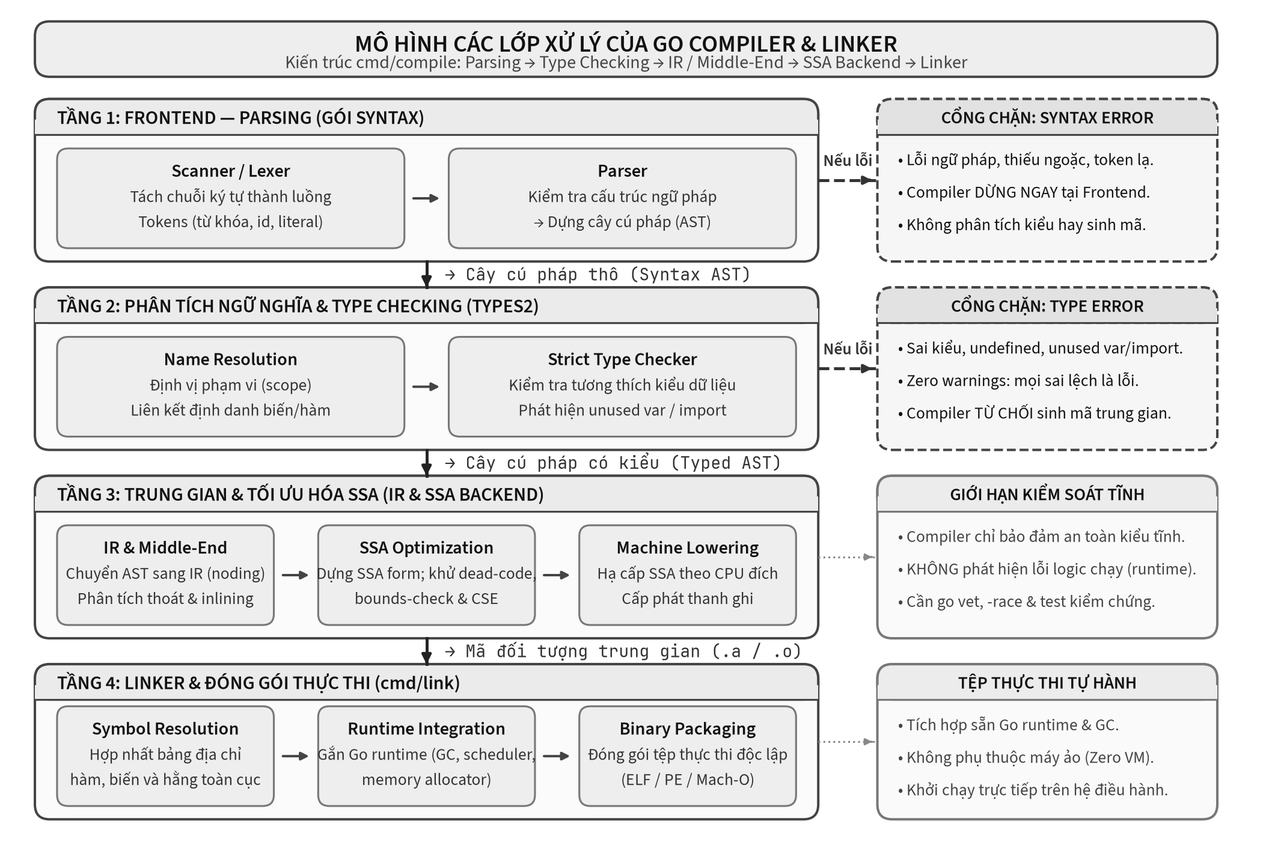
The PlantUML diagram assets/diagrams/compiler-doc-go.png in Minhlike/Golang, before a commit. Its source is kept beside it as assets/diagrams/compiler-doc-go.puml.
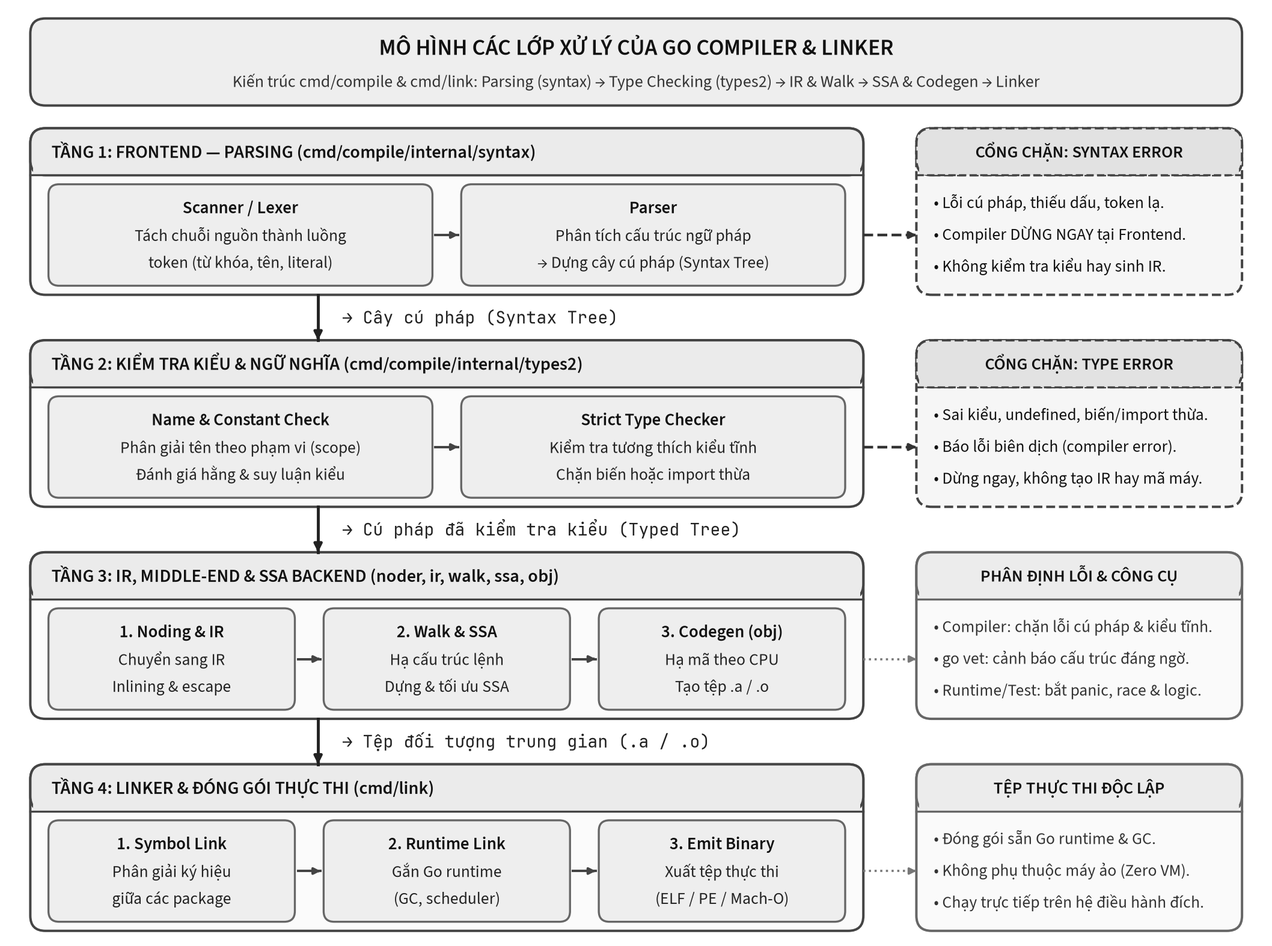
Above is the later version.

What changed in the source:
```diff
@@ -4,39 +4,24 @@
 skinparam defaultFontName "Source Sans 3"
 skinparam defaultFontSize 13
 skinparam defaultFontColor #000000
-
-skinparam rectangle {
-  BackgroundColor #F9F9F9
-  BorderColor #444444
-  FontColor #000000
-  RoundCorner 4
-}
-
-skinparam arrowColor #333333
-skinparam ArrowThickness 1.1
-
 title MÔ HÌNH CÁC LỚP XỬ LÝ CỦA GO COMPILER & LINKER
 
 top to bottom direction
 
-rectangle "TẦNG 1: FRONTEND (cmd/compile/internal/syntax)\n---\n• Scanner / Lexer: Tách luồng ký tự thành tokens\n• Parser: Xây dựng cây cú pháp trừu tượng (syntax tree)" as layer1
+rectangle "TẦNG 1: FRONTEND — PARSING (cmd/compile/internal/syntax)\n---\n• Scanner / Lexer: Tách chuỗi nguồn thành luồng, token (từ khóa, tên, literal)\n• Parser: Phân tích cấu trúc ngữ pháp, → Dựng cây cú pháp (Syntax Tree)" as layer1
+rectangle "CỔNG CHẶN: SYNTAX ERROR\n---\n• Lỗi cú pháp, thiếu dấu, token lạ.\n• Compiler DỪNG NGAY tại Frontend.\n• Không kiểm tra kiểu hay sinh IR." as side1
+rectangle "TẦNG 2: KIỂM TRA KIỂU & NGỮ NGHĨA (cmd/compile/internal/types2)\n---\n• Name & Constant Check: Phân giải tên theo phạm vi (scope), Đánh giá hằng & suy luận kiểu\n• Strict Type Checker: Kiểm tra tương thích kiểu tĩnh, Chặn biến hoặc import thừa" as layer2
+rectangle "CỔNG CHẶN: TYPE ERROR\n---\n• Sai kiểu, undefined, biến/import thừa.\n• Báo lỗi biên dịch (compiler error).\n• Dừng ngay, không tạo IR hay mã máy." as side2
+rectangle "TẦNG 3: IR, MIDDLE-END & SSA BACKEND (noder, ir, walk, ssa, obj)\n---\n• 1. Noding & IR: Chuyển sang IR, Inlining & escape\n• 2. Walk & SSA: Hạ cấu trúc lệnh, Dựng & tối ưu SSA\n• 3. Codegen (obj): Hạ mã theo CPU, Tạo tệp .a / .o" as layer3
+rectangle "PHÂN ĐỊNH LỖI & CÔNG CỤ\n---\n• Compiler: chặn lỗi cú pháp & kiểu tĩnh.\n• go vet: cảnh báo cấu trúc đáng ngờ.\n• Runtime/Test: bắt panic, race & logic." as side3
+rectangle "TẦNG 4: LINKER & ĐÓNG GÓI THỰC THI (cmd/link)\n---\n• 1. Symbol Link: Phân giải ký hiệu, giữa các package\n• 2. Runtime Link: Gắn Go runtime, (GC, scheduler)\n• 3. Emit Binary: Xuất tệp thực thi, (ELF / PE / Mach-O)" as layer4
+rectangle "TỆP THỰC THI ĐỘC LẬP\n---\n• Đóng gói sẵn Go runtime & GC.\n• Không phụ thuộc máy ảo (Zero VM).\n• Chạy trực tiếp trên hệ điều hành đích." as side4
 
-rectangle "CỔNG CHẶN 1: SYNTAX ERROR\n---\n• Lỗi ngữ pháp, thiếu ngoặc, token lạ\n• Compiler DỪNG NGAY tại Frontend" as err1
-
-rectangle "TẦNG 2: PHÂN TÍCH KIỂU & NGỮ NGHĨA (cmd/compile/internal/types2)\n---\n• Type Checking: Kiểm tra tính đúng đắn kiểu tĩnh\n• Name Resolution: Xác định phạm vi định danh & hằng số" as layer2
-
-rectangle "CỔNG CHẶN 2: TYPE ERROR\n---\n• Sai kiểu dữ liệu, biến không tồn tại\n• Zero warnings: Mọi sai phạm là lỗi; DỪNG BIÊN DỊCH" as err2
-
-rectangle "TẦNG 3: MIDDLE-END & IR (cmd/compile/internal/ir, walk)\n---\n• Noding: Chuyển syntax tree sang biểu diễn trung gian IR\n• Transforms: AST rewrite, devirtualization, escape analysis" as layer3
-
-rectangle "TẦNG 4: BACKEND SSA & HẠ MÃ (cmd/compile/internal/ssa, genssa)\n---\n• SSA Lowering & Tối ưu hóa (dead code, bounds check)\n• Code Generation: Phát sinh mã máy cho kiến trúc CPU (.a/.o)" as layer4
-
-rectangle "TẦNG 5: LINKER & ĐÓNG GÓI HỆ THỐNG (cmd/link)\n---\n• Symbol Resolution: Hợp nhất bảng ký hiệu hàm, biến, hằng\n• Runtime Integration: Tích hợp Go runtime (GC, scheduler, stack)\n• Executable Packaging: Xuất nhị phân thực thi độc lập" as layer5
-
-layer1 --> layer2 : Cây cú pháp (syntax tree)
-layer1 .right.> err1 : Nếu lỗi cú pháp
-layer2 --> layer3 : Cú pháp đã kiểm tra kiểu
-layer2 .right.> err2 : Nếu sai kiểu dữ liệu
-layer3 --> layer4 : Biểu diễn trung gian (IR)
-layer4 --> layer5 : Tệp đối tượng trung gian (.a / .o)
+layer1 .right.> side1
+layer1 --> layer2 : Cây cú pháp (Syntax Tree)
+layer2 .right.> side2
+layer2 --> layer3 : Cú pháp đã kiểm tra kiểu (Typed Tree)
+layer3 .right.> side3
+layer3 --> layer4 : Tệp đối tượng trung gian (.a / .o)
+layer4 .right.> side4
 @enduml
```
